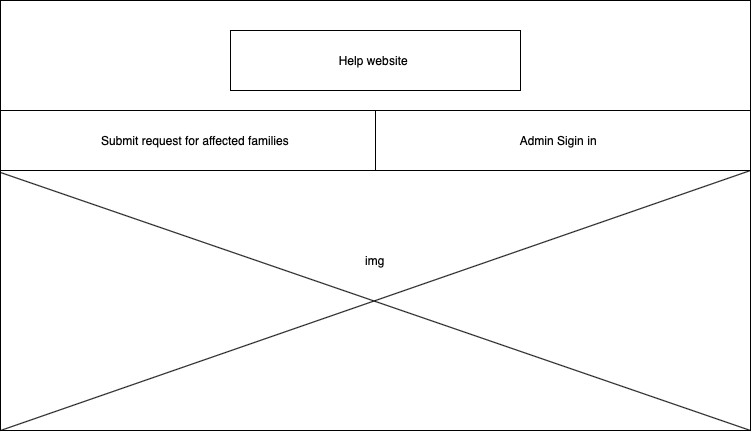
AmirahAlmani/Help_website keeps this draw.io diagram as help_website/imgs/home_page.png. Above is the earlier version. Source tidied: cells renumbered, new cells last; positions are measured from the earlier drawing's top-left corner, leaving out a move shared by most shapes. Source of this version:
```xml
<mxGraphModel>
  <root>
    <mxCell id="0" />
    <mxCell id="1" parent="0" />
    <mxCell id="2" style="rounded=0;whiteSpace=wrap;html=1;" parent="1" vertex="1">
      <mxGeometry width="750" height="430" as="geometry" />
    </mxCell>
    <mxCell id="3" style="rounded=0;whiteSpace=wrap;html=1;" parent="1" vertex="1">
      <mxGeometry x="230" y="30" width="290" height="60" as="geometry" />
    </mxCell>
    <mxCell id="4" value="Help website&amp;nbsp;" style="text;html=1;strokeColor=none;fillColor=none;align=center;verticalAlign=middle;whiteSpace=wrap;rounded=0;" parent="1" vertex="1">
      <mxGeometry x="250" y="50" width="250" height="20" as="geometry" />
    </mxCell>
    <mxCell id="5" style="rounded=0;whiteSpace=wrap;html=1;" parent="1" vertex="1">
      <mxGeometry y="110" width="750" height="60" as="geometry" />
    </mxCell>
    <mxCell id="6" style="endArrow=none;html=1;entryX=0.5;entryY=0;entryDx=0;entryDy=0;exitX=0.5;exitY=1;exitDx=0;exitDy=0;" parent="1" edge="1" source="5" target="5">
      <mxGeometry relative="1" as="geometry" />
    </mxCell>
    <mxCell id="7" value="Admin Sigin in&amp;nbsp;" style="text;html=1;strokeColor=none;fillColor=none;align=center;verticalAlign=middle;whiteSpace=wrap;rounded=0;" parent="1" vertex="1">
      <mxGeometry x="480" y="130" width="160" height="20" as="geometry" />
    </mxCell>
    <mxCell id="8" value="Submit request for affected families" style="text;html=1;strokeColor=none;fillColor=none;align=center;verticalAlign=middle;whiteSpace=wrap;rounded=0;" parent="1" vertex="1">
      <mxGeometry x="80" y="130" width="230" height="20" as="geometry" />
    </mxCell>
    <mxCell id="9" style="endArrow=none;html=1;exitX=0;exitY=1;exitDx=0;exitDy=0;" parent="1" edge="1" source="2">
      <mxGeometry relative="1" as="geometry">
        <mxPoint x="750" y="170" as="targetPoint" />
      </mxGeometry>
    </mxCell>
    <mxCell id="10" style="endArrow=none;html=1;entryX=0;entryY=0.4;entryDx=0;entryDy=0;entryPerimeter=0;exitX=1;exitY=1;exitDx=0;exitDy=0;" parent="1" edge="1" source="2" target="2">
      <mxGeometry relative="1" as="geometry" />
    </mxCell>
    <mxCell id="11" value="img" style="text;html=1;strokeColor=none;fillColor=none;align=center;verticalAlign=middle;whiteSpace=wrap;rounded=0;" parent="1" vertex="1">
      <mxGeometry x="355" y="250" width="40" height="20" as="geometry" />
    </mxCell>
  </root>
</mxGraphModel>
```
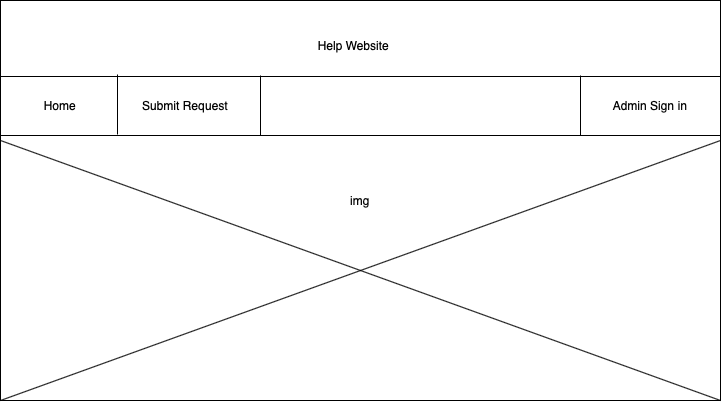
The same diagram one commit later.

What changed in the source:
```diff
@@ -2,35 +2,61 @@
   <root>
     <mxCell id="0" />
     <mxCell id="1" parent="0" />
-    <mxCell id="2" style="rounded=0;whiteSpace=wrap;html=1;" parent="1" vertex="1">
-      <mxGeometry width="750" height="430" as="geometry" />
-    </mxCell>
-    <mxCell id="3" style="rounded=0;whiteSpace=wrap;html=1;" parent="1" vertex="1">
-      <mxGeometry x="230" y="30" width="290" height="60" as="geometry" />
-    </mxCell>
-    <mxCell id="4" value="Help website&amp;nbsp;" style="text;html=1;strokeColor=none;fillColor=none;align=center;verticalAlign=middle;whiteSpace=wrap;rounded=0;" parent="1" vertex="1">
-      <mxGeometry x="250" y="50" width="250" height="20" as="geometry" />
-    </mxCell>
-    <mxCell id="5" style="rounded=0;whiteSpace=wrap;html=1;" parent="1" vertex="1">
-      <mxGeometry y="110" width="750" height="60" as="geometry" />
-    </mxCell>
-    <mxCell id="6" style="endArrow=none;html=1;entryX=0.5;entryY=0;entryDx=0;entryDy=0;exitX=0.5;exitY=1;exitDx=0;exitDy=0;" parent="1" edge="1" source="5" target="5">
-      <mxGeometry relative="1" as="geometry" />
-    </mxCell>
-    <mxCell id="7" value="Admin Sigin in&amp;nbsp;" style="text;html=1;strokeColor=none;fillColor=none;align=center;verticalAlign=middle;whiteSpace=wrap;rounded=0;" parent="1" vertex="1">
-      <mxGeometry x="480" y="130" width="160" height="20" as="geometry" />
-    </mxCell>
-    <mxCell id="8" value="Submit request for affected families" style="text;html=1;strokeColor=none;fillColor=none;align=center;verticalAlign=middle;whiteSpace=wrap;rounded=0;" parent="1" vertex="1">
-      <mxGeometry x="80" y="130" width="230" height="20" as="geometry" />
-    </mxCell>
-    <mxCell id="9" style="endArrow=none;html=1;exitX=0;exitY=1;exitDx=0;exitDy=0;" parent="1" edge="1" source="2">
-      <mxGeometry relative="1" as="geometry">
-        <mxPoint x="750" y="170" as="targetPoint" />
-      </mxGeometry>
-    </mxCell>
-    <mxCell id="10" style="endArrow=none;html=1;entryX=0;entryY=0.4;entryDx=0;entryDy=0;entryPerimeter=0;exitX=1;exitY=1;exitDx=0;exitDy=0;" parent="1" edge="1" source="2" target="2">
-      <mxGeometry relative="1" as="geometry" />
-    </mxCell>
+    <mxCell id="12" style="rounded=0;whiteSpace=wrap;html=1;" parent="1" vertex="1">
+      <mxGeometry x="15" y="60" width="720" height="400" as="geometry" />
+    </mxCell>
+    <mxCell id="13" style="endArrow=none;html=1;exitX=0;exitY=0.25;exitDx=0;exitDy=0;entryX=1;entryY=0.25;entryDx=0;entryDy=0;" parent="1" edge="1">
+      <mxGeometry relative="1" as="geometry">
+        <mxPoint x="15" y="136" as="sourcePoint" />
+        <mxPoint x="735" y="136" as="targetPoint" />
+      </mxGeometry>
+    </mxCell>
+    <mxCell id="14" style="endArrow=none;html=1;exitX=0;exitY=0.25;exitDx=0;exitDy=0;entryX=1;entryY=0.25;entryDx=0;entryDy=0;" parent="1" edge="1">
+      <mxGeometry relative="1" as="geometry">
+        <mxPoint x="15" y="195" as="sourcePoint" />
+        <mxPoint x="735" y="195" as="targetPoint" />
+      </mxGeometry>
+    </mxCell>
+    <mxCell id="15" value="Help Website&amp;nbsp;" style="text;html=1;strokeColor=none;fillColor=none;align=center;verticalAlign=middle;whiteSpace=wrap;rounded=0;" parent="1" vertex="1">
+      <mxGeometry x="235" y="80" width="270" height="50" as="geometry" />
+    </mxCell>
+    <mxCell id="16" style="endArrow=none;html=1;" parent="1" edge="1">
+      <mxGeometry relative="1" as="geometry">
+        <mxPoint x="132" y="194" as="sourcePoint" />
+        <mxPoint x="132" y="134" as="targetPoint" />
+      </mxGeometry>
+    </mxCell>
+    <mxCell id="17" value="Home" style="text;html=1;strokeColor=none;fillColor=none;align=center;verticalAlign=middle;whiteSpace=wrap;rounded=0;" parent="1" vertex="1">
+      <mxGeometry x="35" y="150" width="80" height="30" as="geometry" />
+    </mxCell>
+    <mxCell id="18" style="endArrow=none;html=1;" parent="1" edge="1">
+      <mxGeometry relative="1" as="geometry">
+        <mxPoint x="275" y="195" as="sourcePoint" />
+        <mxPoint x="275" y="135" as="targetPoint" />
+      </mxGeometry>
+    </mxCell>
+    <mxCell id="19" value="Submit Request" style="text;html=1;strokeColor=none;fillColor=none;align=center;verticalAlign=middle;whiteSpace=wrap;rounded=0;" parent="1" vertex="1">
+      <mxGeometry x="145" y="150" width="110" height="30" as="geometry" />
+    </mxCell>
+    <mxCell id="20" style="endArrow=none;html=1;" parent="1" edge="1">
+      <mxGeometry relative="1" as="geometry">
+        <mxPoint x="595" y="195" as="sourcePoint" />
+        <mxPoint x="595" y="135" as="targetPoint" />
+      </mxGeometry>
+    </mxCell>
+    <mxCell id="21" value="Admin Sign in" style="text;html=1;strokeColor=none;fillColor=none;align=center;verticalAlign=middle;whiteSpace=wrap;rounded=0;" parent="1" vertex="1">
+      <mxGeometry x="605" y="150" width="120" height="30" as="geometry" />
+    </mxCell>
+    <mxCell id="22" style="endArrow=none;html=1;exitX=0;exitY=1;exitDx=0;exitDy=0;" parent="1" edge="1" source="12">
+      <mxGeometry relative="1" as="geometry">
+        <mxPoint x="735" y="200" as="targetPoint" />
+      </mxGeometry>
+    </mxCell>
+    <mxCell id="23" style="endArrow=none;html=1;exitX=1;exitY=1;exitDx=0;exitDy=0;" parent="1" edge="1" source="12">
+      <mxGeometry relative="1" as="geometry">
+        <mxPoint x="15" y="200" as="targetPoint" />
+      </mxGeometry>
+    </mxCell>
     <mxCell id="11" value="img" style="text;html=1;strokeColor=none;fillColor=none;align=center;verticalAlign=middle;whiteSpace=wrap;rounded=0;" parent="1" vertex="1">
       <mxGeometry x="355" y="250" width="40" height="20" as="geometry" />
     </mxCell>
```
